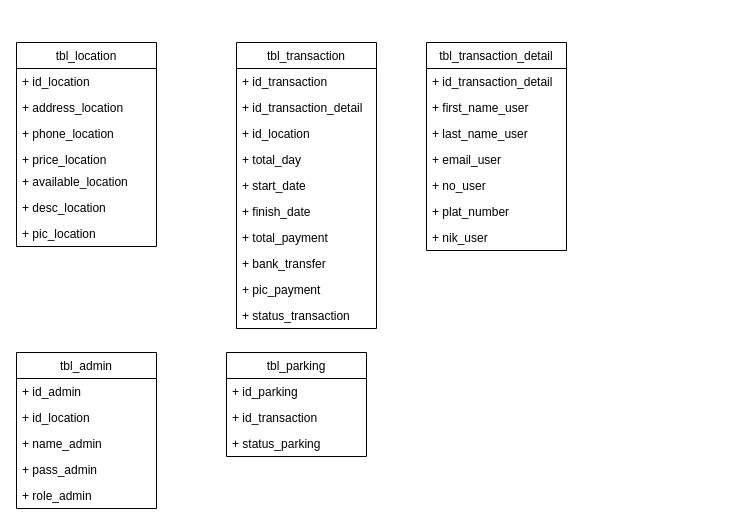
This is page "db carden" (7 of 7) of Untitled Diagram.drawio from coz-git/coz.github.io, a draw.io file, before an edit. Source tidied: cells renumbered, new cells numbered last; positions are measured from the earlier drawing's top-left corner, leaving out a move shared by most shapes. Both pictures are drawn from the tidied source at 100%, with x=0, y=0 at pixel (16, 42).
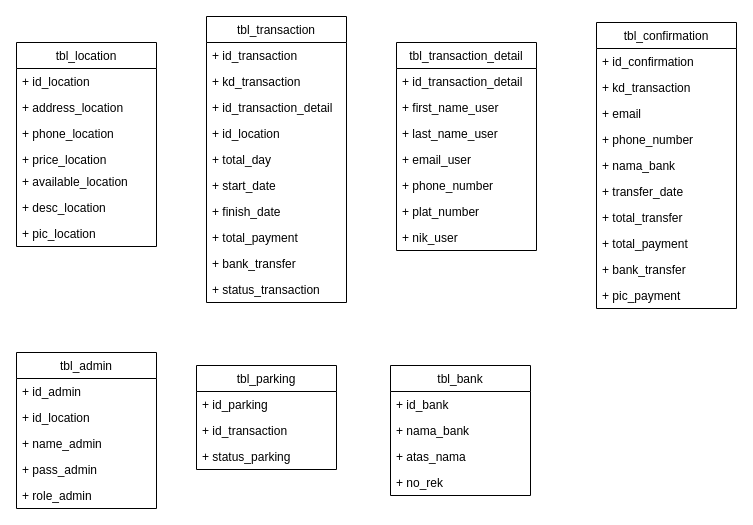
The same diagram, later.

What changed in the source:
```diff
@@
     <mxCell id="16" value="tbl_transaction" style="swimlane;fontStyle=0;horizontal=1;startSize=26;fillColor=none;" parent="1" vertex="1">
-      <mxGeometry x="220" width="140" height="286" as="geometry" />
+      <mxGeometry x="190" y="-26" width="140" height="286" as="geometry" />
     </mxCell>
@@
+    <mxCell id="39" value="+ kd_transaction" style="text;strokeColor=none;fillColor=none;align=left;verticalAlign=top;spacingLeft=4;spacingRight=4;overflow=hidden;" parent="16" vertex="1">
+      <mxGeometry y="52" width="140" height="26" as="geometry" />
+    </mxCell>
     <mxCell id="18" value="+ id_transaction_detail" style="text;strokeColor=none;fillColor=none;align=left;verticalAlign=top;spacingLeft=4;spacingRight=4;overflow=hidden;" parent="16" vertex="1">
-      <mxGeometry y="52" width="140" height="26" as="geometry" />
+      <mxGeometry y="78" width="140" height="26" as="geometry" />
     </mxCell>
     <mxCell id="19" value="+ id_location" style="text;strokeColor=none;fillColor=none;align=left;verticalAlign=top;spacingLeft=4;spacingRight=4;overflow=hidden;" parent="16" vertex="1">
-      <mxGeometry y="78" width="140" height="26" as="geometry" />
+      <mxGeometry y="104" width="140" height="26" as="geometry" />
     </mxCell>
     <mxCell id="20" value="+ total_day" style="text;strokeColor=none;fillColor=none;align=left;verticalAlign=top;spacingLeft=4;spacingRight=4;overflow=hidden;" parent="16" vertex="1">
-      <mxGeometry y="104" width="140" height="26" as="geometry" />
+      <mxGeometry y="130" width="140" height="26" as="geometry" />
     </mxCell>
     <mxCell id="21" value="+ start_date" style="text;strokeColor=none;fillColor=none;align=left;verticalAlign=top;spacingLeft=4;spacingRight=4;overflow=hidden;" parent="16" vertex="1">
-      <mxGeometry y="130" width="140" height="26" as="geometry" />
+      <mxGeometry y="156" width="140" height="26" as="geometry" />
     </mxCell>
     <mxCell id="22" value="+ finish_date" style="text;strokeColor=none;fillColor=none;align=left;verticalAlign=top;spacingLeft=4;spacingRight=4;overflow=hidden;" parent="16" vertex="1">
-      <mxGeometry y="156" width="140" height="26" as="geometry" />
+      <mxGeometry y="182" width="140" height="26" as="geometry" />
     </mxCell>
     <mxCell id="23" value="+ total_payment" style="text;strokeColor=none;fillColor=none;align=left;verticalAlign=top;spacingLeft=4;spacingRight=4;overflow=hidden;" parent="16" vertex="1">
-      <mxGeometry y="182" width="140" height="26" as="geometry" />
+      <mxGeometry y="208" width="140" height="26" as="geometry" />
     </mxCell>
     <mxCell id="24" value="+ bank_transfer" style="text;strokeColor=none;fillColor=none;align=left;verticalAlign=top;spacingLeft=4;spacingRight=4;overflow=hidden;" parent="16" vertex="1">
-      <mxGeometry y="208" width="140" height="26" as="geometry" />
+      <mxGeometry y="234" width="140" height="26" as="geometry" />
     </mxCell>
-    <mxCell id="25" value="+ pic_payment" style="text;strokeColor=none;fillColor=none;align=left;verticalAlign=top;spacingLeft=4;spacingRight=4;overflow=hidden;" parent="16" vertex="1">
-      <mxGeometry y="234" width="140" height="26" as="geometry" />
-    </mxCell>
@@
     <mxCell id="27" value="tbl_transaction_detail" style="swimlane;fontStyle=0;horizontal=1;startSize=26;fillColor=none;" parent="1" vertex="1">
-      <mxGeometry x="410" width="140" height="208" as="geometry" />
+      <mxGeometry x="380" width="140" height="208" as="geometry" />
     </mxCell>
@@
-    <mxCell id="32" value="+ no_user" style="text;strokeColor=none;fillColor=none;align=left;verticalAlign=top;spacingLeft=4;spacingRight=4;overflow=hidden;" parent="27" vertex="1">
+    <mxCell id="32" value="+ phone_number" style="text;strokeColor=none;fillColor=none;align=left;verticalAlign=top;spacingLeft=4;spacingRight=4;overflow=hidden;" parent="27" vertex="1">
       <mxGeometry y="130" width="140" height="26" as="geometry" />
     </mxCell>
@@
     <mxCell id="35" value="tbl_parking" style="swimlane;fontStyle=0;horizontal=1;startSize=26;fillColor=none;" parent="1" vertex="1">
-      <mxGeometry x="210" y="310" width="140" height="104" as="geometry" />
+      <mxGeometry x="180" y="323" width="140" height="104" as="geometry" />
     </mxCell>
@@
+    <mxCell id="40" value="tbl_bank" style="swimlane;fontStyle=0;horizontal=1;startSize=26;fillColor=none;" parent="1" vertex="1">
+      <mxGeometry x="374" y="323" width="140" height="130" as="geometry" />
+    </mxCell>
+    <mxCell id="41" value="+ id_bank" style="text;strokeColor=none;fillColor=none;align=left;verticalAlign=top;spacingLeft=4;spacingRight=4;overflow=hidden;" parent="40" vertex="1">
+      <mxGeometry y="26" width="140" height="26" as="geometry" />
+    </mxCell>
+    <mxCell id="42" value="+ nama_bank" style="text;strokeColor=none;fillColor=none;align=left;verticalAlign=top;spacingLeft=4;spacingRight=4;overflow=hidden;" parent="40" vertex="1">
+      <mxGeometry y="52" width="140" height="26" as="geometry" />
+    </mxCell>
+    <mxCell id="43" value="+ atas_nama" style="text;strokeColor=none;fillColor=none;align=left;verticalAlign=top;spacingLeft=4;spacingRight=4;overflow=hidden;" parent="40" vertex="1">
+      <mxGeometry y="78" width="140" height="26" as="geometry" />
+    </mxCell>
+    <mxCell id="44" value="+ no_rek" style="text;strokeColor=none;fillColor=none;align=left;verticalAlign=top;spacingLeft=4;spacingRight=4;overflow=hidden;" parent="40" vertex="1">
+      <mxGeometry y="104" width="140" height="26" as="geometry" />
+    </mxCell>
+    <mxCell id="45" value="tbl_confirmation" style="swimlane;fontStyle=0;horizontal=1;startSize=26;fillColor=none;" parent="1" vertex="1">
+      <mxGeometry x="580" y="-20" width="140" height="286" as="geometry" />
+    </mxCell>
+    <mxCell id="46" value="+ id_confirmation" style="text;strokeColor=none;fillColor=none;align=left;verticalAlign=top;spacingLeft=4;spacingRight=4;overflow=hidden;" parent="45" vertex="1">
+      <mxGeometry y="26" width="140" height="26" as="geometry" />
+    </mxCell>
+    <mxCell id="47" value="+ kd_transaction" style="text;strokeColor=none;fillColor=none;align=left;verticalAlign=top;spacingLeft=4;spacingRight=4;overflow=hidden;" parent="45" vertex="1">
+      <mxGeometry y="52" width="140" height="26" as="geometry" />
+    </mxCell>
+    <mxCell id="48" value="+ email" style="text;strokeColor=none;fillColor=none;align=left;verticalAlign=top;spacingLeft=4;spacingRight=4;overflow=hidden;" parent="45" vertex="1">
+      <mxGeometry y="78" width="140" height="26" as="geometry" />
+    </mxCell>
+    <mxCell id="49" value="+ phone_number" style="text;strokeColor=none;fillColor=none;align=left;verticalAlign=top;spacingLeft=4;spacingRight=4;overflow=hidden;" parent="45" vertex="1">
+      <mxGeometry y="104" width="140" height="26" as="geometry" />
+    </mxCell>
+    <mxCell id="50" value="+ nama_bank" style="text;strokeColor=none;fillColor=none;align=left;verticalAlign=top;spacingLeft=4;spacingRight=4;overflow=hidden;" parent="45" vertex="1">
+      <mxGeometry y="130" width="140" height="26" as="geometry" />
+    </mxCell>
+    <mxCell id="51" value="+ transfer_date" style="text;strokeColor=none;fillColor=none;align=left;verticalAlign=top;spacingLeft=4;spacingRight=4;overflow=hidden;" parent="45" vertex="1">
+      <mxGeometry y="156" width="140" height="26" as="geometry" />
+    </mxCell>
+    <mxCell id="52" value="+ total_transfer" style="text;strokeColor=none;fillColor=none;align=left;verticalAlign=top;spacingLeft=4;spacingRight=4;overflow=hidden;" parent="45" vertex="1">
+      <mxGeometry y="182" width="140" height="26" as="geometry" />
+    </mxCell>
+    <mxCell id="53" value="+ total_payment" style="text;strokeColor=none;fillColor=none;align=left;verticalAlign=top;spacingLeft=4;spacingRight=4;overflow=hidden;" parent="45" vertex="1">
+      <mxGeometry y="208" width="140" height="26" as="geometry" />
+    </mxCell>
+    <mxCell id="54" value="+ bank_transfer" style="text;strokeColor=none;fillColor=none;align=left;verticalAlign=top;spacingLeft=4;spacingRight=4;overflow=hidden;" parent="45" vertex="1">
+      <mxGeometry y="234" width="140" height="26" as="geometry" />
+    </mxCell>
+    <mxCell id="25" value="+ pic_payment" style="text;strokeColor=none;fillColor=none;align=left;verticalAlign=top;spacingLeft=4;spacingRight=4;overflow=hidden;" parent="45" vertex="1">
+      <mxGeometry y="260" width="140" height="26" as="geometry" />
+    </mxCell>
```
